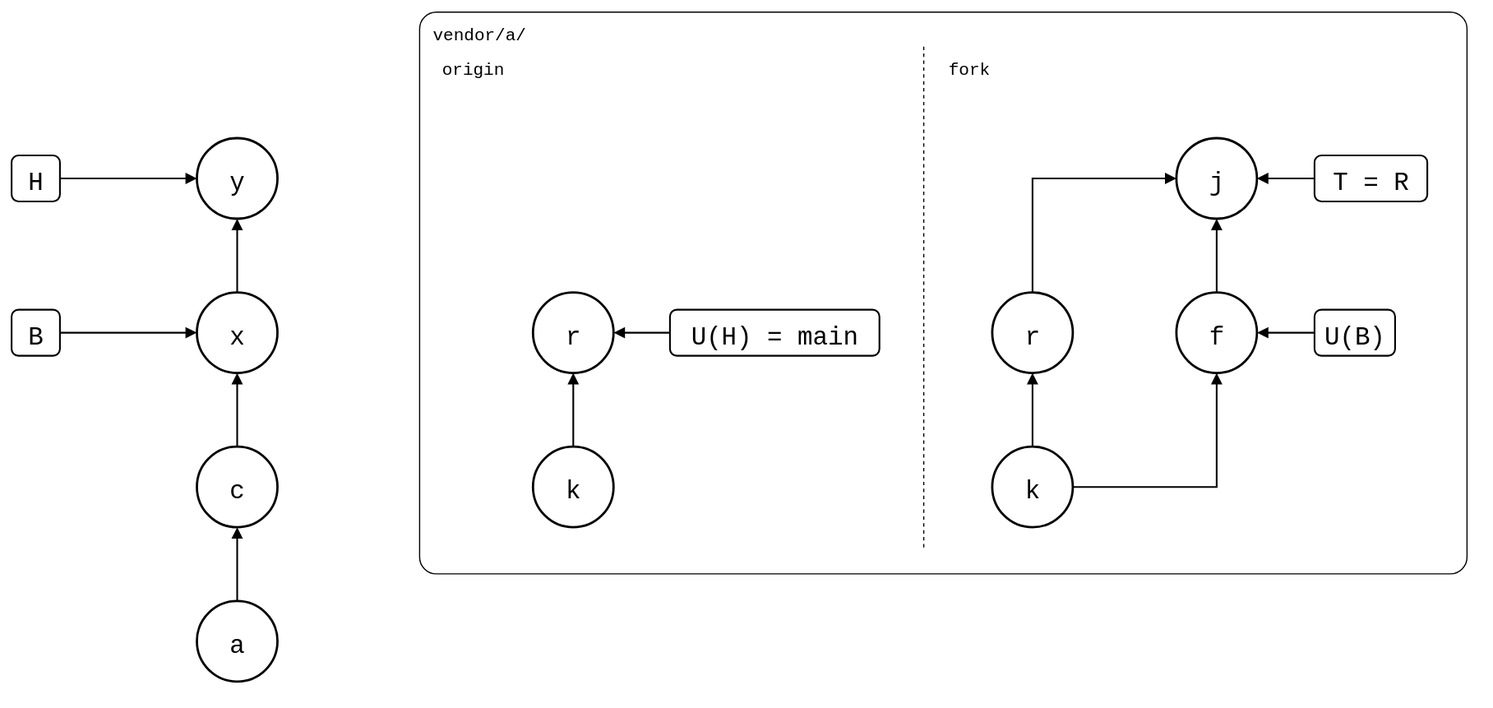
This is git-splice/test/scenarios/04-upstreams/02-several-upstreams/several-upstreams.drawio.svg from roschaefer/episodes, a draw.io export, as it was before one commit. Source tidied: cells renumbered, new cells last; positions are measured from the earlier drawing's top-left corner, leaving out a move shared by most shapes. The source it was exported from:
```xml
<mxGraphModel background="#ffffff">
  <root>
    <mxCell id="0" />
    <mxCell id="1" parent="0" />
    <mxCell id="2" value="vendor/a/" style="rounded=1;arcSize=3;fillColor=none;strokeWidth=1;fontSize=15;verticalAlign=top;align=left;spacingLeft=10;spacingTop=4;fontFamily=Roboto Mono,monospace;" parent="1" vertex="1">
      <mxGeometry x="354" width="910" height="488" as="geometry" />
    </mxCell>
    <mxCell id="3" style="line;direction=south;dashed=1;strokeWidth=1;" parent="1" vertex="1">
      <mxGeometry x="782" y="30" width="20" height="438" as="geometry" />
    </mxCell>
    <mxCell id="4" value="origin" style="text;fontSize=15;align=left;verticalAlign=top;fontFamily=Roboto Mono,monospace;" parent="1" vertex="1">
      <mxGeometry x="372" y="34" width="120" height="24" as="geometry" />
    </mxCell>
    <mxCell id="5" value="fork" style="text;fontSize=15;align=left;verticalAlign=top;fontFamily=Roboto Mono,monospace;" parent="1" vertex="1">
      <mxGeometry x="812" y="34" width="120" height="24" as="geometry" />
    </mxCell>
    <mxCell id="6" value="y" style="ellipse;strokeWidth=2;fontSize=22;fontFamily=Roboto Mono,monospace;" parent="1" vertex="1">
      <mxGeometry x="161" y="110" width="70" height="70" as="geometry" />
    </mxCell>
    <mxCell id="7" value="x" style="ellipse;strokeWidth=2;fontSize=22;fontFamily=Roboto Mono,monospace;" parent="1" vertex="1">
      <mxGeometry x="161" y="244" width="70" height="70" as="geometry" />
    </mxCell>
    <mxCell id="8" value="c" style="ellipse;strokeWidth=2;fontSize=22;fontFamily=Roboto Mono,monospace;" parent="1" vertex="1">
      <mxGeometry x="161" y="378" width="70" height="70" as="geometry" />
    </mxCell>
    <mxCell id="9" value="a" style="ellipse;strokeWidth=2;fontSize=22;fontFamily=Roboto Mono,monospace;" parent="1" vertex="1">
      <mxGeometry x="161" y="512" width="70" height="70" as="geometry" />
    </mxCell>
    <mxCell id="10" value="r" style="ellipse;strokeWidth=2;fontSize=22;fontFamily=Roboto Mono,monospace;" parent="1" vertex="1">
      <mxGeometry x="453" y="244" width="70" height="70" as="geometry" />
    </mxCell>
    <mxCell id="11" value="k" style="ellipse;strokeWidth=2;fontSize=22;fontFamily=Roboto Mono,monospace;" parent="1" vertex="1">
      <mxGeometry x="453" y="378" width="70" height="70" as="geometry" />
    </mxCell>
    <mxCell id="12" value="r" style="ellipse;strokeWidth=2;fontSize=22;fontFamily=Roboto Mono,monospace;" parent="1" vertex="1">
      <mxGeometry x="852" y="244" width="70" height="70" as="geometry" />
    </mxCell>
    <mxCell id="13" value="k" style="ellipse;strokeWidth=2;fontSize=22;fontFamily=Roboto Mono,monospace;" parent="1" vertex="1">
      <mxGeometry x="852" y="378" width="70" height="70" as="geometry" />
    </mxCell>
    <mxCell id="14" value="f" style="ellipse;strokeWidth=2;fontSize=22;fontFamily=Roboto Mono,monospace;" parent="1" vertex="1">
      <mxGeometry x="1012" y="244" width="70" height="70" as="geometry" />
    </mxCell>
    <mxCell id="15" value="j" style="ellipse;strokeWidth=2;fontSize=22;fontFamily=Roboto Mono,monospace;" parent="1" vertex="1">
      <mxGeometry x="1012" y="110" width="70" height="70" as="geometry" />
    </mxCell>
    <mxCell id="16" value="H" style="rounded=1;strokeWidth=1.5;fontSize=22;fontFamily=Roboto Mono,monospace;" parent="1" vertex="1">
      <mxGeometry y="125" width="42" height="40" as="geometry" />
    </mxCell>
    <mxCell id="17" value="B" style="rounded=1;strokeWidth=1.5;fontSize=22;fontFamily=Roboto Mono,monospace;" parent="1" vertex="1">
      <mxGeometry y="259" width="42" height="40" as="geometry" />
    </mxCell>
    <mxCell id="18" value="U(H) = main" style="rounded=1;strokeWidth=1.5;fontSize=22;fontFamily=Roboto Mono,monospace;" parent="1" vertex="1">
      <mxGeometry x="572" y="259" width="182" height="40" as="geometry" />
    </mxCell>
    <mxCell id="19" value="T = R" style="rounded=1;strokeWidth=1.5;fontSize=22;fontFamily=Roboto Mono,monospace;" parent="1" vertex="1">
      <mxGeometry x="1132" y="125" width="98" height="40" as="geometry" />
    </mxCell>
    <mxCell id="20" value="U(B)" style="rounded=1;strokeWidth=1.5;fontSize=22;fontFamily=Roboto Mono,monospace;" parent="1" vertex="1">
      <mxGeometry x="1132" y="259" width="70" height="40" as="geometry" />
    </mxCell>
    <mxCell id="21" style="endArrow=block;endFill=1;html=1;strokeWidth=1.5;rounded=0;" parent="1" edge="1" source="9" target="8">
      <mxGeometry relative="1" as="geometry" />
    </mxCell>
    <mxCell id="22" style="endArrow=block;endFill=1;html=1;strokeWidth=1.5;rounded=0;" parent="1" edge="1" source="8" target="7">
      <mxGeometry relative="1" as="geometry" />
    </mxCell>
    <mxCell id="23" style="endArrow=block;endFill=1;html=1;strokeWidth=1.5;rounded=0;" parent="1" edge="1" source="7" target="6">
      <mxGeometry relative="1" as="geometry" />
    </mxCell>
    <mxCell id="24" style="endArrow=block;endFill=1;html=1;strokeWidth=1.5;rounded=0;" parent="1" edge="1" source="11" target="10">
      <mxGeometry relative="1" as="geometry" />
    </mxCell>
    <mxCell id="25" style="endArrow=block;endFill=1;html=1;strokeWidth=1.5;rounded=0;" parent="1" edge="1" source="13" target="12">
      <mxGeometry relative="1" as="geometry" />
    </mxCell>
    <mxCell id="26" style="endArrow=block;endFill=1;html=1;strokeWidth=1.5;rounded=0;edgeStyle=orthogonalEdgeStyle;exitX=1;exitY=0.5;entryX=0.5;entryY=1;" parent="1" edge="1" source="13" target="14">
      <mxGeometry relative="1" as="geometry" />
    </mxCell>
    <mxCell id="27" style="endArrow=block;endFill=1;html=1;strokeWidth=1.5;rounded=0;" parent="1" edge="1" source="14" target="15">
      <mxGeometry relative="1" as="geometry" />
    </mxCell>
    <mxCell id="28" style="endArrow=block;endFill=1;html=1;strokeWidth=1.5;rounded=0;edgeStyle=orthogonalEdgeStyle;exitX=0.5;exitY=0;entryX=0;entryY=0.5;" parent="1" edge="1" source="12" target="15">
      <mxGeometry relative="1" as="geometry" />
    </mxCell>
    <mxCell id="29" style="endArrow=block;endFill=1;html=1;strokeWidth=1.5;rounded=0;" parent="1" edge="1" source="16" target="6">
      <mxGeometry relative="1" as="geometry" />
    </mxCell>
    <mxCell id="30" style="endArrow=block;endFill=1;html=1;strokeWidth=1.5;rounded=0;" parent="1" edge="1" source="17" target="7">
      <mxGeometry relative="1" as="geometry" />
    </mxCell>
    <mxCell id="31" style="endArrow=block;endFill=1;html=1;strokeWidth=1.5;rounded=0;" parent="1" edge="1" source="18" target="10">
      <mxGeometry relative="1" as="geometry" />
    </mxCell>
    <mxCell id="32" style="endArrow=block;endFill=1;html=1;strokeWidth=1.5;rounded=0;" parent="1" edge="1" source="19" target="15">
      <mxGeometry relative="1" as="geometry" />
    </mxCell>
    <mxCell id="33" style="endArrow=block;endFill=1;html=1;strokeWidth=1.5;rounded=0;" parent="1" edge="1" source="20" target="14">
      <mxGeometry relative="1" as="geometry" />
    </mxCell>
  </root>
</mxGraphModel>
```
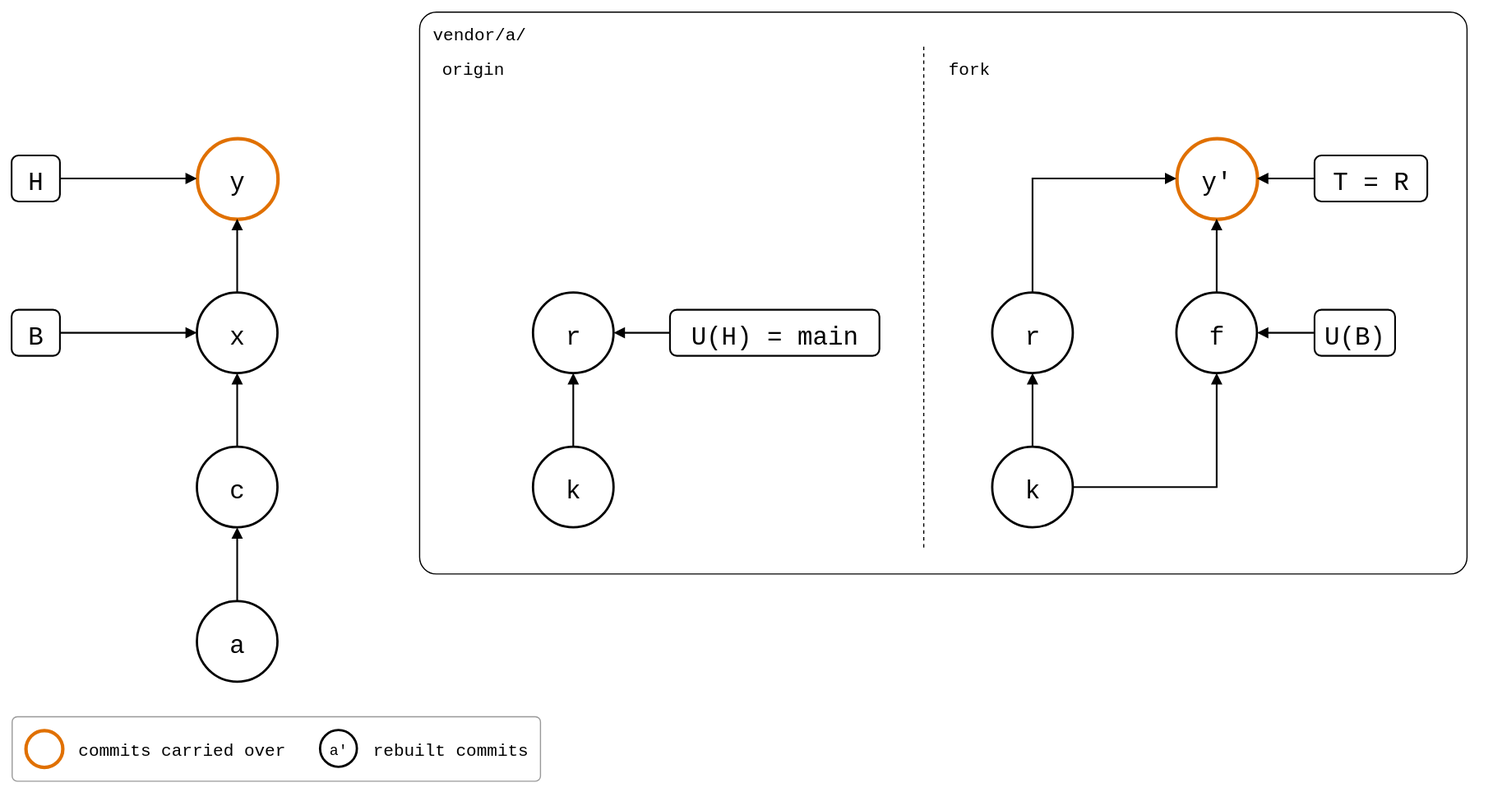
Later version of the same file.

Change to the diagram source:
```diff
@@ -14,7 +14,7 @@
     <mxCell id="5" value="fork" style="text;fontSize=15;align=left;verticalAlign=top;fontFamily=Roboto Mono,monospace;" parent="1" vertex="1">
       <mxGeometry x="812" y="34" width="120" height="24" as="geometry" />
     </mxCell>
-    <mxCell id="6" value="y" style="ellipse;strokeWidth=2;fontSize=22;fontFamily=Roboto Mono,monospace;" parent="1" vertex="1">
+    <mxCell id="6" value="y" style="ellipse;fontSize=22;fontFamily=Roboto Mono,monospace;strokeColor=#E07000;strokeWidth=3;" parent="1" vertex="1">
       <mxGeometry x="161" y="110" width="70" height="70" as="geometry" />
     </mxCell>
     <mxCell id="7" value="x" style="ellipse;strokeWidth=2;fontSize=22;fontFamily=Roboto Mono,monospace;" parent="1" vertex="1">
@@ -41,7 +41,7 @@
     <mxCell id="14" value="f" style="ellipse;strokeWidth=2;fontSize=22;fontFamily=Roboto Mono,monospace;" parent="1" vertex="1">
       <mxGeometry x="1012" y="244" width="70" height="70" as="geometry" />
     </mxCell>
-    <mxCell id="15" value="j" style="ellipse;strokeWidth=2;fontSize=22;fontFamily=Roboto Mono,monospace;" parent="1" vertex="1">
+    <mxCell id="15" value="y'" style="ellipse;fontSize=22;fontFamily=Roboto Mono,monospace;strokeColor=#E07000;strokeWidth=3;" parent="1" vertex="1">
       <mxGeometry x="1012" y="110" width="70" height="70" as="geometry" />
     </mxCell>
     <mxCell id="16" value="H" style="rounded=1;strokeWidth=1.5;fontSize=22;fontFamily=Roboto Mono,monospace;" parent="1" vertex="1">
@@ -98,5 +98,20 @@
     <mxCell id="33" style="endArrow=block;endFill=1;html=1;strokeWidth=1.5;rounded=0;" parent="1" edge="1" source="20" target="14">
       <mxGeometry relative="1" as="geometry" />
     </mxCell>
+    <mxCell id="34" style="rounded=1;arcSize=8;fillColor=none;strokeColor=#999999;strokeWidth=1;legend=1;" parent="1" vertex="1">
+      <mxGeometry y="612" width="459" height="56" as="geometry" />
+    </mxCell>
+    <mxCell id="35" style="ellipse;fontSize=13;fontFamily=Roboto Mono,monospace;strokeColor=#E07000;strokeWidth=3;" parent="34" vertex="1">
+      <mxGeometry x="12" y="12" width="32" height="32" as="geometry" />
+    </mxCell>
+    <mxCell id="36" value="commits carried over" style="text;align=left;verticalAlign=middle;fontSize=15;fontFamily=Roboto Mono,monospace;" parent="34" vertex="1">
+      <mxGeometry x="56" y="12" width="180" height="32" as="geometry" />
+    </mxCell>
+    <mxCell id="37" value="a'" style="ellipse;fontSize=13;fontFamily=Roboto Mono,monospace;strokeWidth=2;" parent="34" vertex="1">
+      <mxGeometry x="268" y="12" width="32" height="32" as="geometry" />
+    </mxCell>
+    <mxCell id="38" value="rebuilt commits" style="text;align=left;verticalAlign=middle;fontSize=15;fontFamily=Roboto Mono,monospace;" parent="34" vertex="1">
+      <mxGeometry x="312" y="12" width="135" height="32" as="geometry" />
+    </mxCell>
   </root>
 </mxGraphModel>
```
